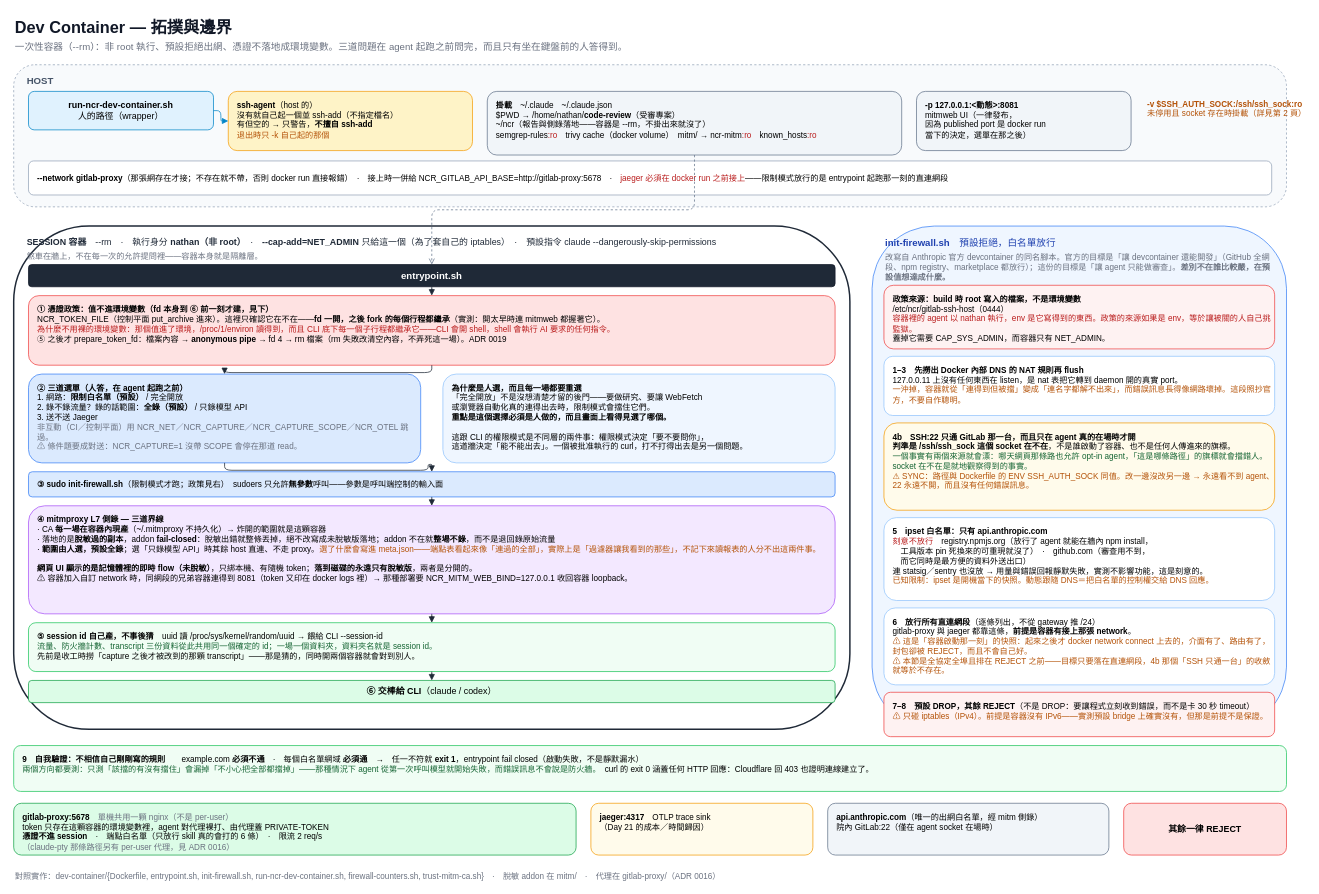
This is page "1. Dev Container 拓撲與邊界" (1 of 3) of docs/dev-container.drawio from nathanfhh/30-days-ironman, a draw.io file, before an edit. Source tidied: cells renumbered, new cells numbered last; positions are measured from the earlier drawing's top-left corner, leaving out a move shared by most shapes. Both pictures are drawn from the tidied source at 74%, with x=0, y=0 at pixel (13, 13).
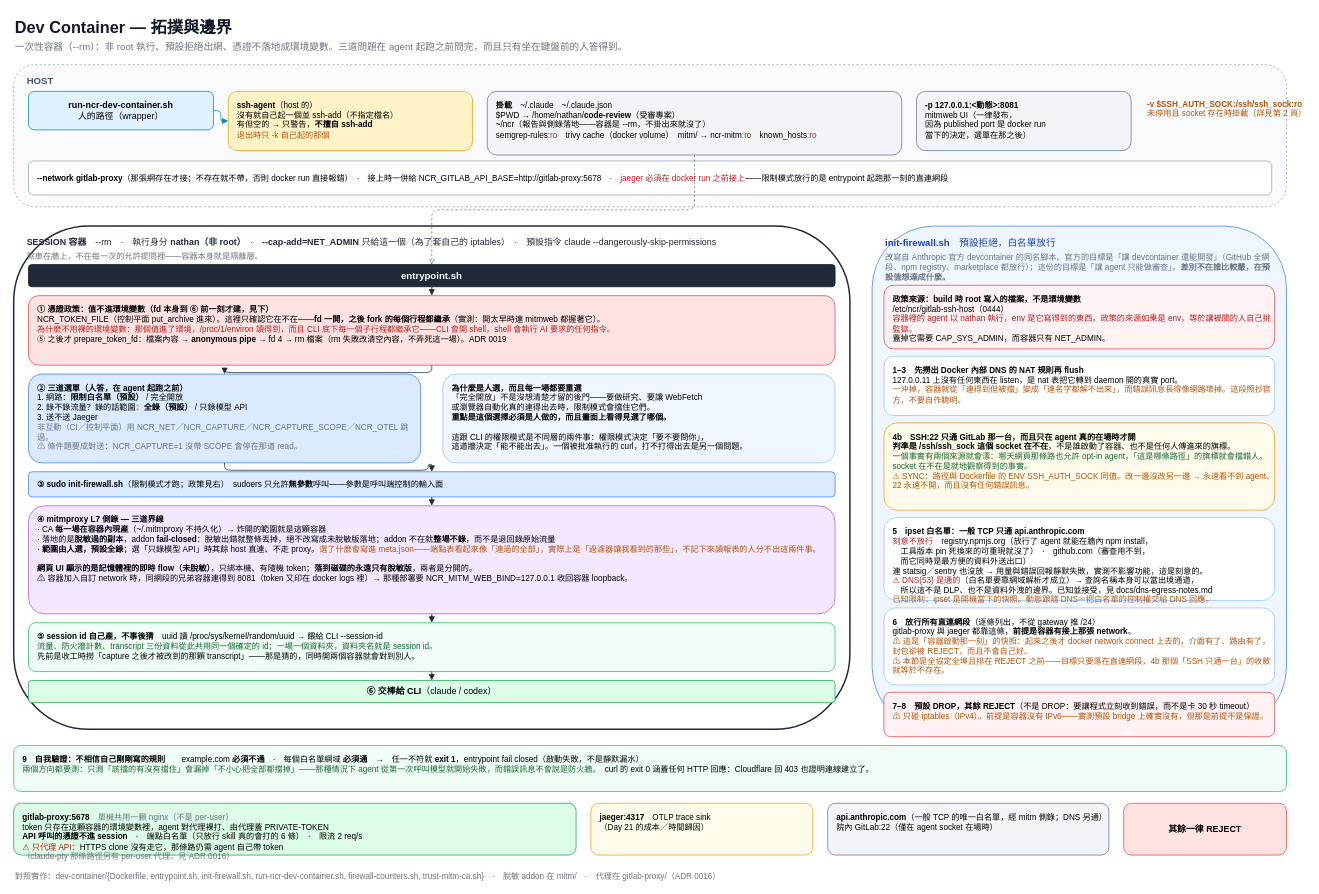
After the change.

Commit message:
docs(diagram): dev-container 拓撲圖跟上 DNS 與 proxy 的實情

The edit, as a diff of the source:
```diff
@@
-    <mxCell id="37" value="&lt;b&gt;5　ipset 白名單：只有 api.anthropic.com&lt;/b&gt;&#10;&lt;font color=&quot;#b91c1c&quot;&gt;刻意不放行&lt;/font&gt;　registry.npmjs.org（放行了 agent 就能在牆內 npm install，&#10;　工具版本 pin 死換來的可重現就沒了）　·　github.com（審查用不到，&#10;　而它同時是最方便的資料外送出口）&#10;連 statsig／sentry 也沒放 → 用量與錯誤回報靜默失敗，實測不影響功能，這是刻意的。&#10;&lt;font color=&quot;#b45309&quot;&gt;已知限制：ipset 是開機當下的快照。動態跟隨 DNS＝把白名單的控制權交給 DNS 回應。&lt;/font&gt;" style="rounded=1;whiteSpace=wrap;html=1;fillColor=#ffffff;strokeColor=#93c5fd;fontSize=11;align=left;spacingLeft=10;verticalAlign=top;spacingTop=6;" parent="1" vertex="1">
+    <mxCell id="37" value="&lt;b&gt;5　ipset 白名單：一般 TCP 只通 api.anthropic.com&lt;/b&gt;&#10;&lt;font color=&quot;#b91c1c&quot;&gt;刻意不放行&lt;/font&gt;　registry.npmjs.org（放行了 agent 就能在牆內 npm install，&#10;　工具版本 pin 死換來的可重現就沒了）　·　github.com（審查用不到，&#10;　而它同時是最方便的資料外送出口）&#10;連 statsig／sentry 也沒放 → 用量與錯誤回報靜默失敗，實測不影響功能，這是刻意的。&#10;&lt;font color=&quot;#b91c1c&quot;&gt;⚠ DNS(53) 是通的&lt;/font&gt;（白名單要靠網域解析才成立）→ 查詢名稱本身可以當出境通道，&#10;　所以這不是 DLP、也不是資料外洩的邊界。已知並接受，見 docs/dns-egress-notes.md&#10;&lt;font color=&quot;#b45309&quot;&gt;已知限制：ipset 是開機當下的快照。動態跟隨 DNS＝把白名單的控制權交給 DNS 回應。&lt;/font&gt;" style="rounded=1;whiteSpace=wrap;html=1;fillColor=#ffffff;strokeColor=#93c5fd;fontSize=11;align=left;spacingLeft=10;verticalAlign=top;spacingTop=6;" parent="1" vertex="1">
       <mxGeometry x="1176" y="682" width="528" height="112" as="geometry" />
     </mxCell>
@@
-    <mxCell id="41" value="&lt;b&gt;gitlab-proxy:5678&lt;/b&gt;　&lt;font color=&quot;#6b7280&quot;&gt;單機共用一顆 nginx（不是 per-user）&lt;/font&gt;&#10;token 只存在這顆容器的環境變數裡，agent 對代理裸打、由代理蓋 PRIVATE-TOKEN&#10;&lt;b&gt;憑證不進 session&lt;/b&gt;　·　端點白名單（只放行 skill 真的會打的 6 條）　·　限流 2 req/s&#10;&lt;font color=&quot;#6b7280&quot;&gt;（claude-pty 那條路徑另有 per-user 代理，見 ADR 0016）&lt;/font&gt;" style="rounded=1;whiteSpace=wrap;html=1;fillColor=#dcfce7;strokeColor=#16a34a;fontSize=11;align=left;spacingLeft=10;verticalAlign=top;spacingTop=6;" parent="1" vertex="1">
+    <mxCell id="41" value="&lt;b&gt;gitlab-proxy:5678&lt;/b&gt;　&lt;font color=&quot;#6b7280&quot;&gt;單機共用一顆 nginx（不是 per-user）&lt;/font&gt;&#10;token 只存在這顆容器的環境變數裡，agent 對代理裸打、由代理蓋 PRIVATE-TOKEN&#10;&lt;b&gt;API 呼叫的憑證不進 session&lt;/b&gt;　·　端點白名單（只放行 skill 真的會打的 6 條）　·　限流 2 req/s&#10;&lt;font color=&quot;#b91c1c&quot;&gt;⚠ 只代理 API&lt;/font&gt;：HTTPS clone 沒有走它，那條路仍需 agent 自己帶 token&#10;&lt;font color=&quot;#6b7280&quot;&gt;（claude-pty 那條路徑另有 per-user 代理，見 ADR 0016）&lt;/font&gt;" style="rounded=1;whiteSpace=wrap;html=1;fillColor=#dcfce7;strokeColor=#16a34a;fontSize=11;align=left;spacingLeft=10;verticalAlign=top;spacingTop=6;" parent="1" vertex="1">
       <mxGeometry y="1068" width="760" height="70" as="geometry" />
     </mxCell>
@@
-    <mxCell id="43" value="&lt;b&gt;api.anthropic.com&lt;/b&gt;（唯一的出網白名單，經 mitm 側錄）&lt;br&gt;院內 GitLab:22（僅在 agent socket 在場時）" style="rounded=1;whiteSpace=wrap;html=1;fillColor=#f1f5f9;strokeColor=#64748b;fontSize=11;align=left;spacingLeft=10;verticalAlign=top;spacingTop=6;" parent="1" vertex="1">
+    <mxCell id="43" value="&lt;b&gt;api.anthropic.com&lt;/b&gt;（一般 TCP 的唯一白名單，經 mitm 側錄；DNS 另通）&lt;br&gt;院內 GitLab:22（僅在 agent socket 在場時）" style="rounded=1;whiteSpace=wrap;html=1;fillColor=#f1f5f9;strokeColor=#64748b;fontSize=11;align=left;spacingLeft=10;verticalAlign=top;spacingTop=6;" parent="1" vertex="1">
       <mxGeometry x="1100" y="1068" width="380" height="70" as="geometry" />
     </mxCell>
```
